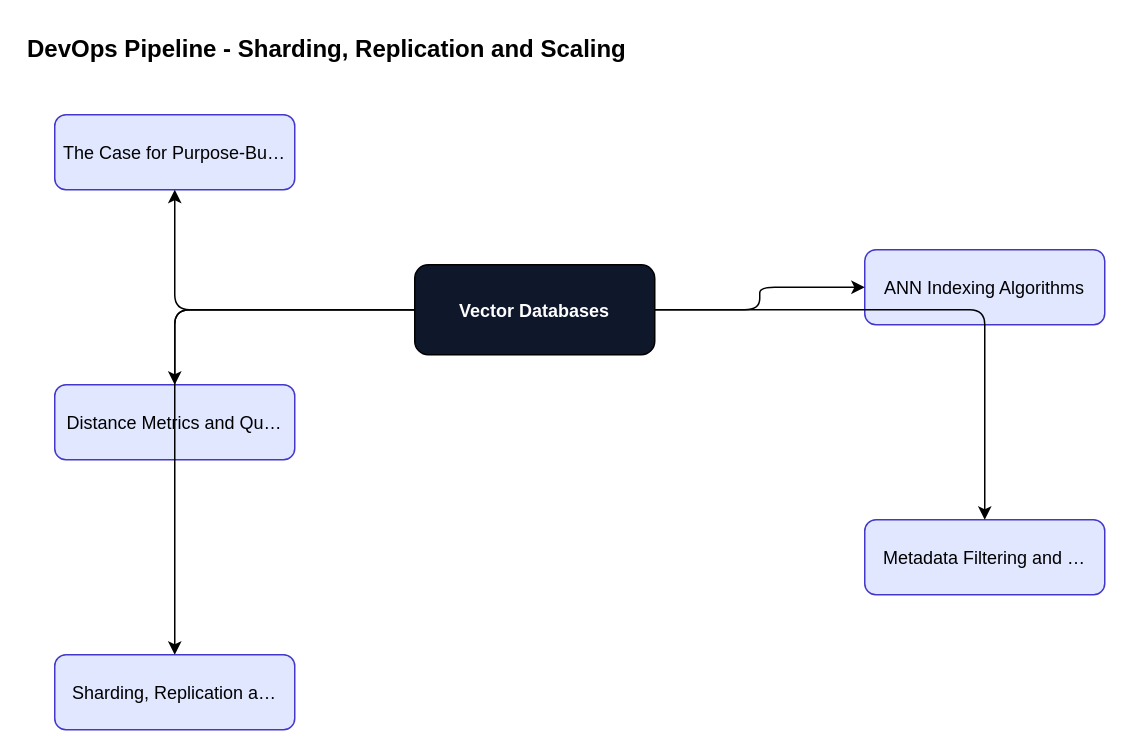
Above: content/vector-databases/vector-databases-foundations/diagrams/fig-007-devops-pipeline.drawio in ankit05121980/AI-University (draw.io), before the change. Source tidied: cells renumbered, new cells numbered last; positions are measured from the earlier drawing's top-left corner, leaving out a move shared by most shapes. Both pictures are drawn from the tidied source at 150%, with x=0, y=0 at pixel (24, 24).
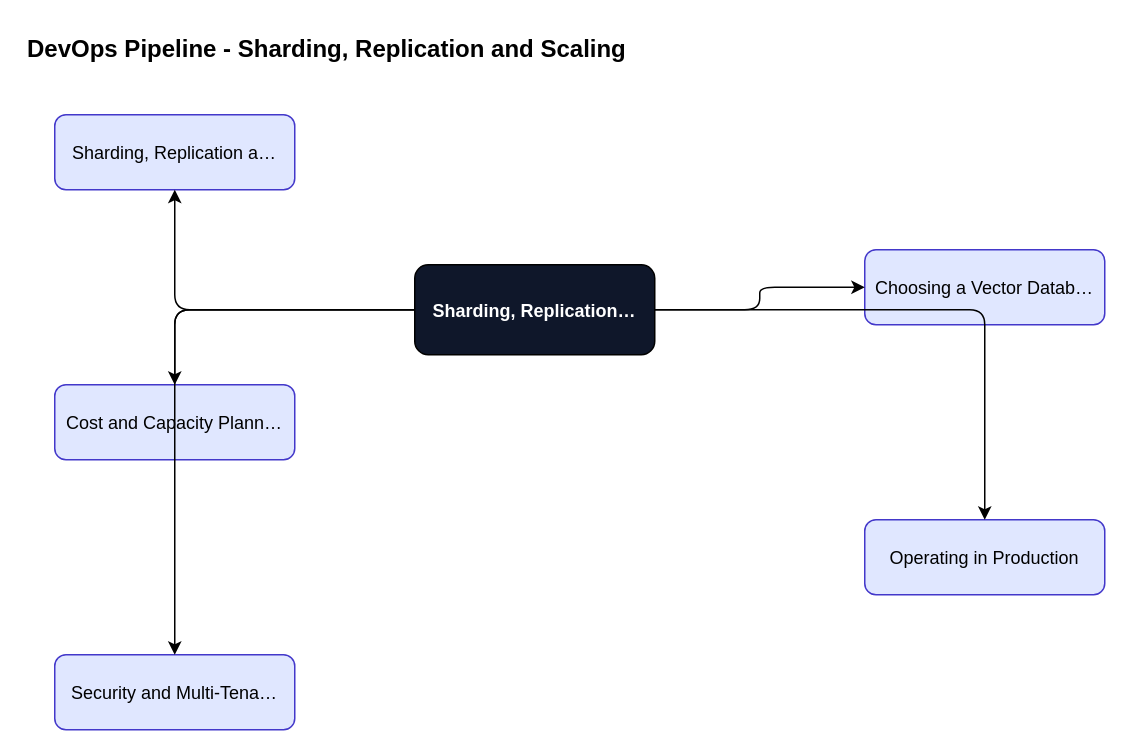
The same page after the edit.

What changed in the source:
```diff
@@
 <mxGraphModel>
   <root>
     <mxCell id="0" />
     <mxCell id="1" parent="0" />
     <mxCell id="2" value="DevOps Pipeline - Sharding, Replication and Scaling" style="text;fontSize=16;fontStyle=1;" parent="1" vertex="1">
       <mxGeometry width="600" height="30" as="geometry" />
     </mxCell>
-    <mxCell id="3" value="Vector Databases" style="rounded=1;fillColor=#0f172a;fontColor=#ffffff;fontStyle=1;" parent="1" vertex="1">
+    <mxCell id="3" value="Sharding, Replication…" style="rounded=1;fillColor=#0f172a;fontColor=#ffffff;fontStyle=1;" parent="1" vertex="1">
       <mxGeometry x="260" y="160" width="160" height="60" as="geometry" />
     </mxCell>
-    <mxCell id="4" value="The Case for Purpose-Bu…" style="rounded=1;fillColor=#e0e7ff;strokeColor=#4338ca;" parent="1" vertex="1">
+    <mxCell id="4" value="Sharding, Replication a…" style="rounded=1;fillColor=#e0e7ff;strokeColor=#4338ca;" parent="1" vertex="1">
       <mxGeometry x="20" y="60" width="160" height="50" as="geometry" />
     </mxCell>
     <mxCell id="5" style="edgeStyle=orthogonalEdgeStyle;" parent="1" edge="1" source="3" target="4">
       <mxGeometry relative="1" as="geometry" />
     </mxCell>
-    <mxCell id="6" value="ANN Indexing Algorithms" style="rounded=1;fillColor=#e0e7ff;strokeColor=#4338ca;" parent="1" vertex="1">
+    <mxCell id="6" value="Choosing a Vector Datab…" style="rounded=1;fillColor=#e0e7ff;strokeColor=#4338ca;" parent="1" vertex="1">
       <mxGeometry x="560" y="150" width="160" height="50" as="geometry" />
     </mxCell>
     <mxCell id="7" style="edgeStyle=orthogonalEdgeStyle;" parent="1" edge="1" source="3" target="6">
       <mxGeometry relative="1" as="geometry" />
     </mxCell>
-    <mxCell id="8" value="Distance Metrics and Qu…" style="rounded=1;fillColor=#e0e7ff;strokeColor=#4338ca;" parent="1" vertex="1">
+    <mxCell id="8" value="Cost and Capacity Plann…" style="rounded=1;fillColor=#e0e7ff;strokeColor=#4338ca;" parent="1" vertex="1">
       <mxGeometry x="20" y="240" width="160" height="50" as="geometry" />
     </mxCell>
     <mxCell id="9" style="edgeStyle=orthogonalEdgeStyle;" parent="1" edge="1" source="3" target="8">
       <mxGeometry relative="1" as="geometry" />
     </mxCell>
-    <mxCell id="10" value="Metadata Filtering and …" style="rounded=1;fillColor=#e0e7ff;strokeColor=#4338ca;" parent="1" vertex="1">
+    <mxCell id="10" value="Operating in Production" style="rounded=1;fillColor=#e0e7ff;strokeColor=#4338ca;" parent="1" vertex="1">
       <mxGeometry x="560" y="330" width="160" height="50" as="geometry" />
     </mxCell>
     <mxCell id="11" style="edgeStyle=orthogonalEdgeStyle;" parent="1" edge="1" source="3" target="10">
       <mxGeometry relative="1" as="geometry" />
     </mxCell>
-    <mxCell id="12" value="Sharding, Replication a…" style="rounded=1;fillColor=#e0e7ff;strokeColor=#4338ca;" parent="1" vertex="1">
+    <mxCell id="12" value="Security and Multi-Tena…" style="rounded=1;fillColor=#e0e7ff;strokeColor=#4338ca;" parent="1" vertex="1">
       <mxGeometry x="20" y="420" width="160" height="50" as="geometry" />
     </mxCell>
     <mxCell id="13" style="edgeStyle=orthogonalEdgeStyle;" parent="1" edge="1" source="3" target="12">
       <mxGeometry relative="1" as="geometry" />
     </mxCell>
   </root>
 </mxGraphModel>
```
